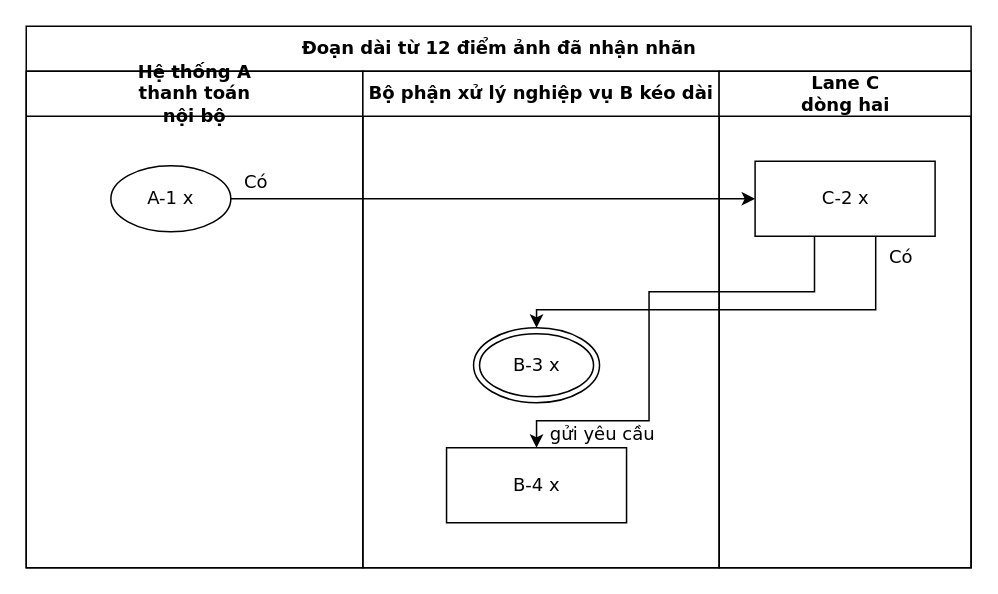
The draw.io diagram conformance/golden/cases/56-label-short-segment.drawio in luytbq/flowcast, before the edit. Source tidied: cells renumbered, new cells numbered last; positions are measured from the earlier drawing's top-left corner, leaving out a move shared by most shapes. Both pictures are drawn from the tidied source at 150%, with x=0, y=0 at pixel (26, 26).
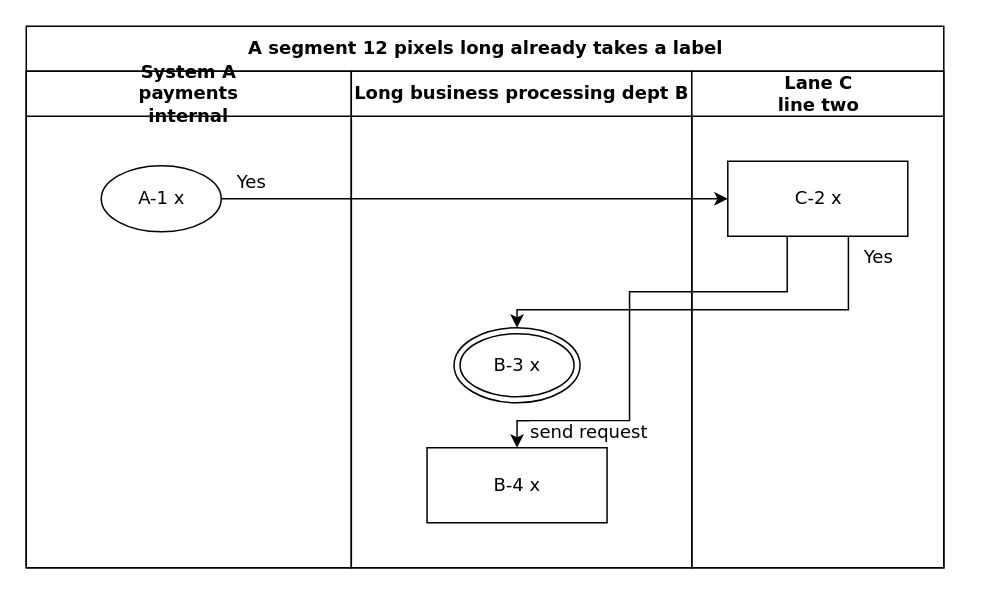
Above is the later version.

The edit, as a diff of the source:
```diff
@@
 <mxGraphModel>
   <root>
     <mxCell id="0" />
     <mxCell id="1" parent="0" />
-    <mxCell id="2" value="Đoạn dài từ 12 điểm ảnh đã nhận nhãn" style="swimlane;html=1;startSize=30;fontStyle=1;fontFamily=Verdana;fontSize=12;flowtable=1;" parent="1" vertex="1">
-      <mxGeometry width="629.9" height="361" as="geometry" />
+    <mxCell id="2" value="A segment 12 pixels long already takes a label" style="swimlane;html=1;startSize=30;fontStyle=1;fontFamily=Verdana;fontSize=12;flowtable=1;" parent="1" vertex="1">
+      <mxGeometry width="611.7" height="361" as="geometry" />
     </mxCell>
-    <mxCell id="3" value="Hệ thống A&lt;br&gt;thanh toán&lt;br&gt;nội bộ" style="swimlane;html=1;startSize=30;fontFamily=Verdana;fontSize=12;flowtable=1;" parent="2" vertex="1">
-      <mxGeometry y="30" width="224.4" height="331" as="geometry" />
+    <mxCell id="3" value="System A&lt;br&gt;payments&lt;br&gt;internal" style="swimlane;html=1;startSize=30;fontFamily=Verdana;fontSize=12;flowtable=1;" parent="2" vertex="1">
+      <mxGeometry y="30" width="216.7" height="331" as="geometry" />
     </mxCell>
-    <mxCell id="4" value="Bộ phận xử lý nghiệp vụ B kéo dài" style="swimlane;html=1;startSize=30;fontFamily=Verdana;fontSize=12;flowtable=1;" parent="2" vertex="1">
-      <mxGeometry x="224.4" y="30" width="237.6" height="331" as="geometry" />
+    <mxCell id="4" value="Long business processing dept B" style="swimlane;html=1;startSize=30;fontFamily=Verdana;fontSize=12;flowtable=1;" parent="2" vertex="1">
+      <mxGeometry x="216.7" y="30" width="227" height="331" as="geometry" />
     </mxCell>
-    <mxCell id="5" value="Lane C&lt;br&gt;dòng hai" style="swimlane;html=1;startSize=30;fontFamily=Verdana;fontSize=12;flowtable=1;" parent="2" vertex="1">
-      <mxGeometry x="461.9" y="30" width="168" height="331" as="geometry" />
+    <mxCell id="5" value="Lane C&lt;br&gt;line two" style="swimlane;html=1;startSize=30;fontFamily=Verdana;fontSize=12;flowtable=1;" parent="2" vertex="1">
+      <mxGeometry x="443.7" y="30" width="168" height="331" as="geometry" />
     </mxCell>
     <mxCell id="6" value="A-1 x" style="ellipse;html=1;fontFamily=Verdana;fontSize=12;flowtable=1;" parent="3" vertex="1">
-      <mxGeometry x="56.4" y="63" width="80" height="44" as="geometry" />
+      <mxGeometry x="50" y="63" width="80" height="44" as="geometry" />
     </mxCell>
     <mxCell id="7" value="C-2 x" style="rounded=0;html=1;fontFamily=Verdana;fontSize=12;flowtable=1;" parent="5" vertex="1">
       <mxGeometry x="24" y="60" width="120" height="50" as="geometry" />
     </mxCell>
     <mxCell id="8" value="B-3 x" style="shape=doubleEllipse;html=1;fontFamily=Verdana;fontSize=12;flowtable=1;" parent="4" vertex="1">
-      <mxGeometry x="73.8" y="171" width="84" height="50" as="geometry" />
+      <mxGeometry x="68.5" y="171" width="84" height="50" as="geometry" />
     </mxCell>
     <mxCell id="9" value="B-4 x" style="rounded=0;html=1;fontFamily=Verdana;fontSize=12;flowtable=1;" parent="4" vertex="1">
-      <mxGeometry x="55.8" y="251" width="120" height="50" as="geometry" />
+      <mxGeometry x="50.5" y="251" width="120" height="50" as="geometry" />
     </mxCell>
-    <mxCell id="10" value="Có" style="edgeStyle=orthogonalEdgeStyle;rounded=0;jettySize=auto;html=1;labelBackgroundColor=default;exitX=1;exitY=0.5;exitDx=0;exitDy=0;entryX=0;entryY=0.5;entryDx=0;entryDy=0;fontFamily=Verdana;fontSize=12;flowtable=1;" parent="2" edge="1" source="6" target="7">
-      <mxGeometry x="-0.9" relative="1" as="geometry">
+    <mxCell id="10" value="Yes" style="edgeStyle=orthogonalEdgeStyle;rounded=0;jettySize=auto;html=1;labelBackgroundColor=default;exitX=1;exitY=0.5;exitDx=0;exitDy=0;entryX=0;entryY=0.5;entryDx=0;entryDy=0;fontFamily=Verdana;fontSize=12;flowtable=1;" parent="2" edge="1" source="6" target="7">
+      <mxGeometry x="-0.88" relative="1" as="geometry">
         <mxPoint y="-11.5" as="offset" />
       </mxGeometry>
     </mxCell>
-    <mxCell id="11" value="gửi yêu cầu" style="edgeStyle=orthogonalEdgeStyle;rounded=0;jettySize=auto;html=1;labelBackgroundColor=default;exitX=0.33;exitY=1;exitDx=0;exitDy=0;entryX=0.5;entryY=0;entryDx=0;entryDy=0;fontFamily=Verdana;fontSize=12;flowtable=1;" parent="2" edge="1" source="7" target="9">
+    <mxCell id="11" value="send request" style="edgeStyle=orthogonalEdgeStyle;rounded=0;jettySize=auto;html=1;labelBackgroundColor=default;exitX=0.33;exitY=1;exitDx=0;exitDy=0;entryX=0.5;entryY=0;entryDx=0;entryDy=0;fontFamily=Verdana;fontSize=12;flowtable=1;" parent="2" edge="1" source="7" target="9">
       <mxGeometry x="0.94" relative="1" as="geometry">
         <Array as="points">
-          <mxPoint x="525.9" y="177" />
-          <mxPoint x="415.2" y="177" />
-          <mxPoint x="415.2" y="263" />
-          <mxPoint x="340.2" y="263" />
+          <mxPoint x="507.7" y="177" />
+          <mxPoint x="402.2" y="177" />
+          <mxPoint x="402.2" y="263" />
+          <mxPoint x="327.2" y="263" />
         </Array>
-        <mxPoint x="44" as="offset" />
+        <mxPoint x="48.1" as="offset" />
       </mxGeometry>
     </mxCell>
-    <mxCell id="12" value="Có" style="edgeStyle=orthogonalEdgeStyle;rounded=0;jettySize=auto;html=1;labelBackgroundColor=default;exitX=0.67;exitY=1;exitDx=0;exitDy=0;entryX=0.5;entryY=0;entryDx=0;entryDy=0;fontFamily=Verdana;fontSize=12;flowtable=1;" parent="2" edge="1" source="7" target="8">
+    <mxCell id="12" value="Yes" style="edgeStyle=orthogonalEdgeStyle;rounded=0;jettySize=auto;html=1;labelBackgroundColor=default;exitX=0.67;exitY=1;exitDx=0;exitDy=0;entryX=0.5;entryY=0;entryDx=0;entryDy=0;fontFamily=Verdana;fontSize=12;flowtable=1;" parent="2" edge="1" source="7" target="8">
       <mxGeometry x="-0.9" relative="1" as="geometry">
         <Array as="points">
-          <mxPoint x="565.9" y="189" />
-          <mxPoint x="340.2" y="189" />
+          <mxPoint x="547.7" y="189" />
+          <mxPoint x="327.2" y="189" />
         </Array>
-        <mxPoint x="16.8" as="offset" />
+        <mxPoint x="19.4" as="offset" />
       </mxGeometry>
     </mxCell>
   </root>
 </mxGraphModel>
```
